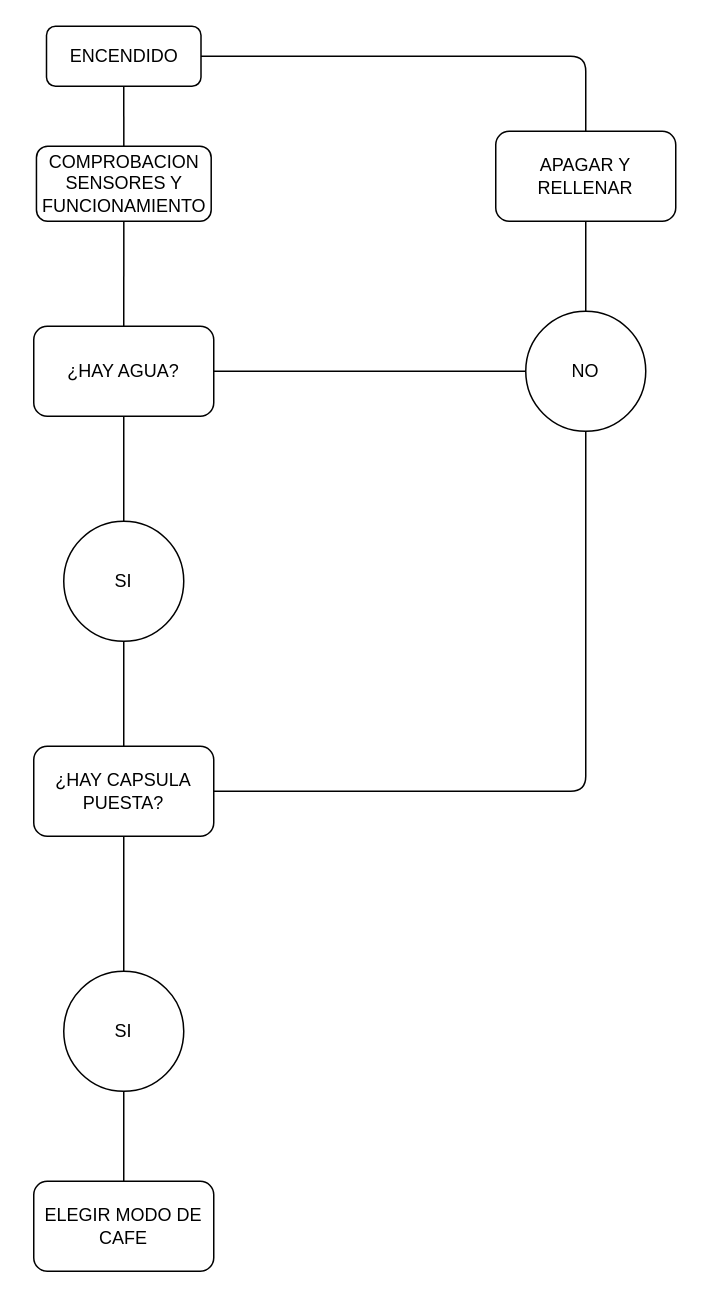
The draw.io diagram ENTORNOS DE DESARROLLO/UD2/ej1_diagrama_flujo_cafetera.drawio in martinhidalgojavier/1DAM-Apuntes, before the edit. Source tidied: cells renumbered, new cells numbered last; positions are measured from the earlier drawing's top-left corner, leaving out a move shared by most shapes. Both pictures are drawn from the tidied source at 150%, with x=0, y=0 at pixel (33, 26).
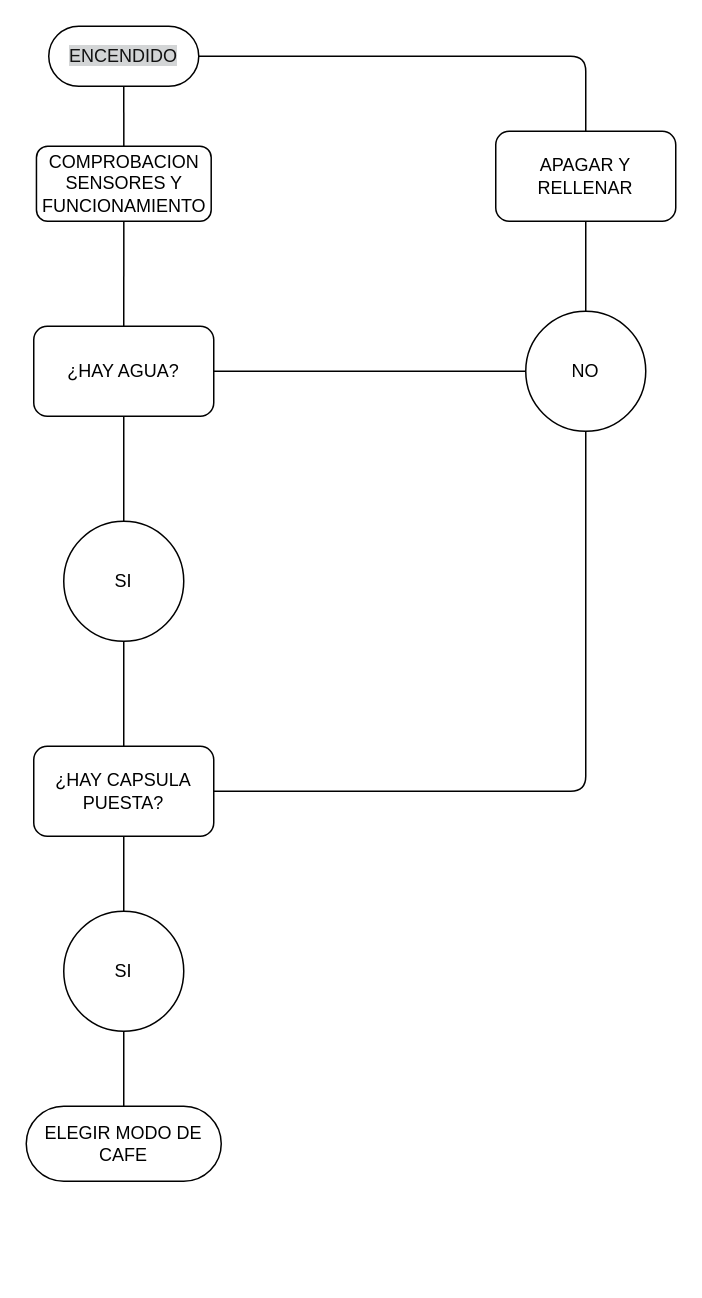
After the change.

Unchanged cells that the change refers to:
```xml
<mxCell id="3" value="COMPROBACION SENSORES Y FUNCIONAMIENTO" style="rounded=1;whiteSpace=wrap;html=1;" parent="1" vertex="1">
  <mxGeometry x="1.8" y="80" width="116.5" height="50" as="geometry" />
</mxCell>
<mxCell id="7" value="APAGAR Y RELLENAR" style="rounded=1;whiteSpace=wrap;html=1;" parent="1" vertex="1">
  <mxGeometry x="308" y="70" width="120" height="60" as="geometry" />
</mxCell>
```

What changed in the source:
```diff
@@
-    <mxCell id="2" value="ENCENDIDO" style="rounded=1;whiteSpace=wrap;html=1;" parent="1" vertex="1">
-      <mxGeometry x="8.5" width="103" height="40" as="geometry" />
-    </mxCell>
@@
     <mxCell id="9" value="SI" style="ellipse;whiteSpace=wrap;html=1;" parent="1" vertex="1">
-      <mxGeometry x="20" y="630" width="80" height="80" as="geometry" />
+      <mxGeometry x="20" y="590" width="80" height="80" as="geometry" />
     </mxCell>
-    <mxCell id="10" value="ELEGIR MODO DE CAFE" style="rounded=1;whiteSpace=wrap;html=1;" parent="1" vertex="1">
-      <mxGeometry y="770" width="120" height="60" as="geometry" />
-    </mxCell>
-    <mxCell id="11" style="endArrow=none;html=1;entryX=0.5;entryY=1;entryDx=0;entryDy=0;exitX=0.5;exitY=0;exitDx=0;exitDy=0;" parent="1" edge="1" source="3" target="2">
+    <mxCell id="11" style="endArrow=none;html=1;entryX=0.5;entryY=0.5;entryDx=0;entryDy=15;exitX=0.5;exitY=0;exitDx=0;exitDy=0;entryPerimeter=0;" parent="1" edge="1" source="3" target="2">
       <mxGeometry relative="1" as="geometry" />
     </mxCell>
-    <mxCell id="12" style="endArrow=none;html=1;entryX=0.5;entryY=0;entryDx=0;entryDy=0;exitX=1;exitY=0.5;exitDx=0;exitDy=0;" parent="1" edge="1" source="2" target="7">
+    <mxCell id="12" style="endArrow=none;html=1;entryX=0.5;entryY=0;entryDx=0;entryDy=0;exitX=1;exitY=0.5;exitDx=0;exitDy=0;exitPerimeter=0;" parent="1" edge="1" source="2" target="7">
       <mxGeometry relative="1" as="geometry">
         <Array as="points">
           <mxPoint x="368" y="20" />
         </Array>
       </mxGeometry>
     </mxCell>
@@
-    <mxCell id="20" style="endArrow=none;html=1;entryX=0.5;entryY=1;entryDx=0;entryDy=0;exitX=0.5;exitY=0;exitDx=0;exitDy=0;" parent="1" edge="1" source="10" target="9">
+    <mxCell id="20" style="endArrow=none;html=1;entryX=0.5;entryY=1;entryDx=0;entryDy=0;exitX=0.5;exitY=0.5;exitDx=0;exitDy=-25;exitPerimeter=0;" parent="1" edge="1" source="10" target="9">
       <mxGeometry relative="1" as="geometry" />
     </mxCell>
+    <mxCell id="2" value="&lt;font color=&quot;#121212&quot;&gt;&lt;span style=&quot;background-color: rgb(211, 213, 214);&quot;&gt;ENCENDIDO&lt;/span&gt;&lt;/font&gt;" style="html=1;dashed=0;whiteSpace=wrap;shape=mxgraph.dfd.start;" parent="1" vertex="1">
+      <mxGeometry x="10" width="100" height="40" as="geometry" />
+    </mxCell>
+    <mxCell id="10" value="ELEGIR MODO DE CAFE" style="html=1;dashed=0;whiteSpace=wrap;shape=mxgraph.dfd.start;" parent="1" vertex="1">
+      <mxGeometry x="-5" y="720" width="130" height="50" as="geometry" />
+    </mxCell>
```
